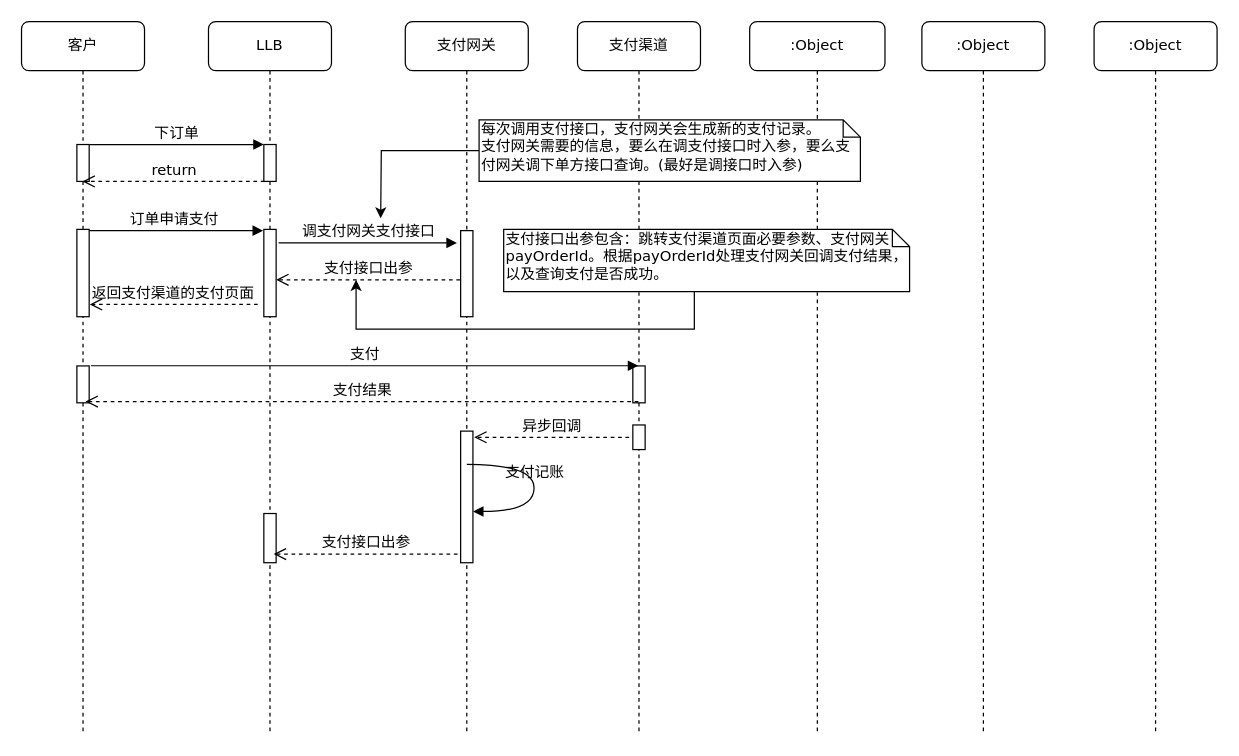
This is 支付流程.drawio from novicate/test, a draw.io file, before an edit. Source tidied: cells renumbered, new cells numbered last; positions are measured from the earlier drawing's top-left corner, leaving out a move shared by most shapes. Both pictures are drawn from the tidied source at 123%, with x=0, y=0 at pixel (21, 21).
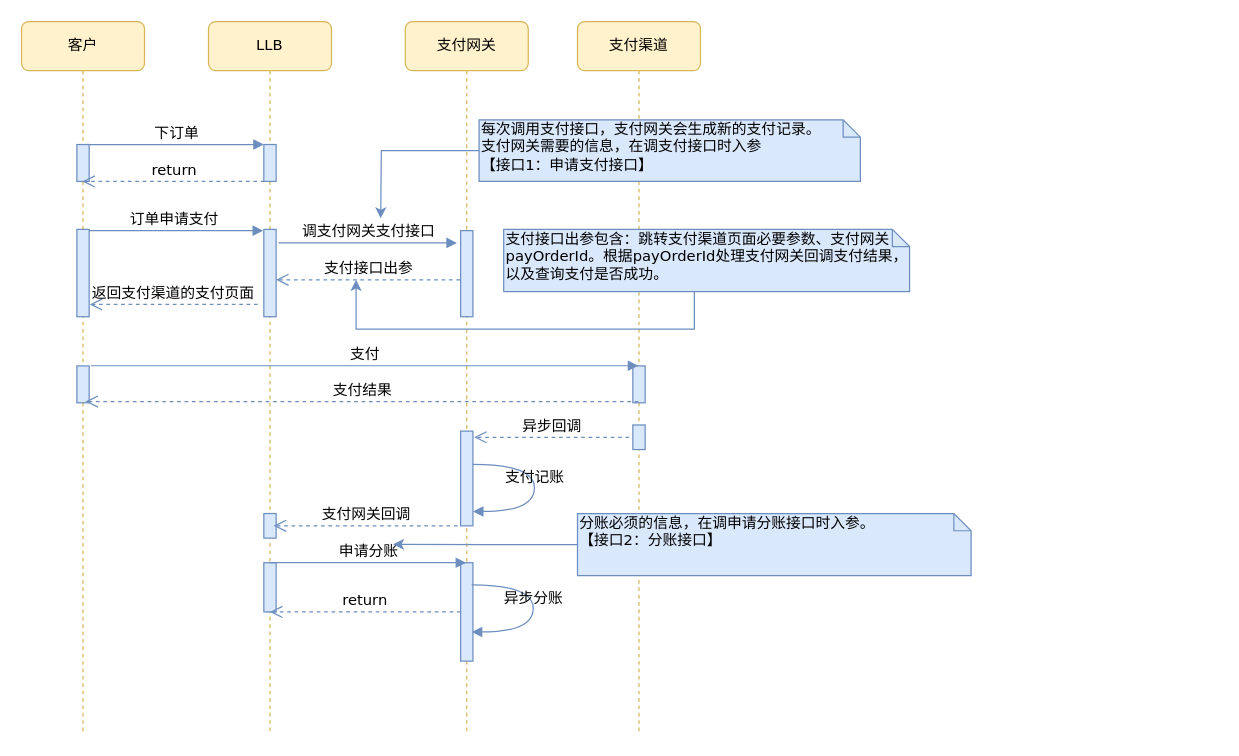
After the change.

Change to the diagram source:
```diff
@@
-    <mxCell id="2" value="订单申请支付" style="html=1;verticalAlign=bottom;endArrow=block;labelBackgroundColor=none;fontFamily=Verdana;fontSize=12;edgeStyle=elbowEdgeStyle;elbow=vertical;entryX=-0.06;entryY=0.008;entryDx=0;entryDy=0;entryPerimeter=0;" parent="1" edge="1" source="16" target="6">
+    <mxCell id="2" value="订单申请支付" style="html=1;verticalAlign=bottom;endArrow=block;labelBackgroundColor=none;fontFamily=Verdana;fontSize=12;edgeStyle=elbowEdgeStyle;elbow=vertical;entryX=-0.06;entryY=0.008;entryDx=0;entryDy=0;entryPerimeter=0;fillColor=#dae8fc;strokeColor=#6c8ebf;" parent="1" edge="1" source="16" target="6">
       <mxGeometry relative="1" as="geometry" />
     </mxCell>
-    <mxCell id="3" value="下订单" style="html=1;verticalAlign=bottom;endArrow=block;labelBackgroundColor=none;fontFamily=Verdana;fontSize=12;edgeStyle=elbowEdgeStyle;elbow=vertical;entryX=0;entryY=0;entryDx=0;entryDy=0;" parent="1" edge="1" source="17" target="5">
+    <mxCell id="3" value="下订单" style="html=1;verticalAlign=bottom;endArrow=block;labelBackgroundColor=none;fontFamily=Verdana;fontSize=12;edgeStyle=elbowEdgeStyle;elbow=vertical;entryX=0;entryY=0;entryDx=0;entryDy=0;fillColor=#dae8fc;strokeColor=#6c8ebf;" parent="1" edge="1" source="17" target="5">
       <mxGeometry relative="1" as="geometry" />
     </mxCell>
-    <mxCell id="4" value="LLB" style="shape=umlLifeline;perimeter=lifelinePerimeter;whiteSpace=wrap;html=1;rounded=1;shadow=0;comic=0;labelBackgroundColor=none;strokeWidth=1;fontFamily=Verdana;fontSize=12;align=center;" parent="1" vertex="1">
+    <mxCell id="4" value="LLB" style="shape=umlLifeline;perimeter=lifelinePerimeter;whiteSpace=wrap;html=1;rounded=1;shadow=0;comic=0;labelBackgroundColor=none;strokeWidth=1;fontFamily=Verdana;fontSize=12;align=center;fillColor=#fff2cc;strokeColor=#d6b656;" parent="1" vertex="1">
       <mxGeometry x="152" width="100" height="580" as="geometry" />
     </mxCell>
-    <mxCell id="5" style="html=1;points=[];perimeter=orthogonalPerimeter;rounded=0;shadow=0;comic=0;labelBackgroundColor=none;strokeWidth=1;fontFamily=Verdana;fontSize=12;align=center;" parent="4" vertex="1">
+    <mxCell id="5" style="html=1;points=[];perimeter=orthogonalPerimeter;rounded=0;shadow=0;comic=0;labelBackgroundColor=none;strokeWidth=1;fontFamily=Verdana;fontSize=12;align=center;fillColor=#dae8fc;strokeColor=#6c8ebf;" parent="4" vertex="1">
       <mxGeometry x="45" y="100" width="10" height="30" as="geometry" />
     </mxCell>
-    <mxCell id="6" style="html=1;points=[];perimeter=orthogonalPerimeter;rounded=0;shadow=0;comic=0;labelBackgroundColor=none;strokeWidth=1;fontFamily=Verdana;fontSize=12;align=center;" parent="4" vertex="1">
+    <mxCell id="6" style="html=1;points=[];perimeter=orthogonalPerimeter;rounded=0;shadow=0;comic=0;labelBackgroundColor=none;strokeWidth=1;fontFamily=Verdana;fontSize=12;align=center;fillColor=#dae8fc;strokeColor=#6c8ebf;" parent="4" vertex="1">
       <mxGeometry x="45" y="169" width="10" height="71" as="geometry" />
     </mxCell>
-    <mxCell id="7" style="html=1;perimeter=orthogonalPerimeter;rounded=0;shadow=0;comic=0;labelBackgroundColor=none;strokeWidth=1;fontFamily=Verdana;fontSize=12;align=center;" parent="4" vertex="1">
-      <mxGeometry x="45" y="400" width="10" height="40" as="geometry" />
+    <mxCell id="7" style="html=1;perimeter=orthogonalPerimeter;rounded=0;shadow=0;comic=0;labelBackgroundColor=none;strokeWidth=1;fontFamily=Verdana;fontSize=12;align=center;fillColor=#dae8fc;strokeColor=#6c8ebf;" parent="4" vertex="1">
+      <mxGeometry x="45" y="400" width="10" height="20" as="geometry" />
     </mxCell>
+    <mxCell id="34" style="html=1;points=[];perimeter=orthogonalPerimeter;rounded=0;shadow=0;comic=0;labelBackgroundColor=none;strokeWidth=1;fontFamily=Verdana;fontSize=12;align=center;fillColor=#dae8fc;strokeColor=#6c8ebf;" parent="4" vertex="1">
+      <mxGeometry x="45" y="440" width="10" height="40" as="geometry" />
+    </mxCell>
-    <mxCell id="8" value="支付网关" style="shape=umlLifeline;perimeter=lifelinePerimeter;whiteSpace=wrap;html=1;outlineConnect=0;rounded=1;shadow=0;comic=0;labelBackgroundColor=none;strokeWidth=1;fontFamily=Verdana;fontSize=12;align=center;" parent="1" vertex="1">
+    <mxCell id="8" value="支付网关" style="shape=umlLifeline;perimeter=lifelinePerimeter;whiteSpace=wrap;html=1;outlineConnect=0;rounded=1;shadow=0;comic=0;labelBackgroundColor=none;strokeWidth=1;fontFamily=Verdana;fontSize=12;align=center;fillColor=#fff2cc;strokeColor=#d6b656;" parent="1" vertex="1">
       <mxGeometry x="312" width="100" height="580" as="geometry" />
     </mxCell>
-    <mxCell id="9" style="html=1;perimeter=orthogonalPerimeter;rounded=0;shadow=0;comic=0;labelBackgroundColor=none;strokeWidth=1;fontFamily=Verdana;fontSize=12;align=center;" parent="8" vertex="1">
+    <mxCell id="9" style="html=1;perimeter=orthogonalPerimeter;rounded=0;shadow=0;comic=0;labelBackgroundColor=none;strokeWidth=1;fontFamily=Verdana;fontSize=12;align=center;fillColor=#dae8fc;strokeColor=#6c8ebf;" parent="8" vertex="1">
       <mxGeometry x="45" y="170" width="10" height="70" as="geometry" />
     </mxCell>
-    <mxCell id="10" style="html=1;perimeter=orthogonalPerimeter;rounded=0;shadow=0;comic=0;labelBackgroundColor=none;strokeWidth=1;fontFamily=Verdana;fontSize=12;align=center;" parent="8" vertex="1">
-      <mxGeometry x="45" y="333" width="10" height="107" as="geometry" />
+    <mxCell id="10" style="html=1;perimeter=orthogonalPerimeter;rounded=0;shadow=0;comic=0;labelBackgroundColor=none;strokeWidth=1;fontFamily=Verdana;fontSize=12;align=center;fillColor=#dae8fc;strokeColor=#6c8ebf;" parent="8" vertex="1">
+      <mxGeometry x="45" y="333" width="10" height="77" as="geometry" />
     </mxCell>
+    <mxCell id="35" style="html=1;points=[];perimeter=orthogonalPerimeter;rounded=0;shadow=0;comic=0;labelBackgroundColor=none;strokeWidth=1;fontFamily=Verdana;fontSize=12;align=center;fillColor=#dae8fc;strokeColor=#6c8ebf;" parent="8" vertex="1">
+      <mxGeometry x="45" y="440" width="10" height="80" as="geometry" />
+    </mxCell>
-    <mxCell id="11" value="支付渠道" style="shape=umlLifeline;perimeter=lifelinePerimeter;whiteSpace=wrap;html=1;outlineConnect=0;rounded=1;shadow=0;comic=0;labelBackgroundColor=none;strokeWidth=1;fontFamily=Verdana;fontSize=12;align=center;" parent="1" vertex="1">
+    <mxCell id="11" value="支付渠道" style="shape=umlLifeline;perimeter=lifelinePerimeter;whiteSpace=wrap;html=1;outlineConnect=0;rounded=1;shadow=0;comic=0;labelBackgroundColor=none;strokeWidth=1;fontFamily=Verdana;fontSize=12;align=center;fillColor=#fff2cc;strokeColor=#d6b656;" parent="1" vertex="1">
       <mxGeometry x="452" width="100" height="580" as="geometry" />
     </mxCell>
-    <mxCell id="12" style="html=1;perimeter=orthogonalPerimeter;rounded=0;shadow=0;comic=0;labelBackgroundColor=none;strokeWidth=1;fontFamily=Verdana;fontSize=12;align=center;" parent="11" vertex="1">
+    <mxCell id="12" style="html=1;perimeter=orthogonalPerimeter;rounded=0;shadow=0;comic=0;labelBackgroundColor=none;strokeWidth=1;fontFamily=Verdana;fontSize=12;align=center;fillColor=#dae8fc;strokeColor=#6c8ebf;" parent="11" vertex="1">
       <mxGeometry x="45" y="328" width="10" height="20" as="geometry" />
     </mxCell>
-    <mxCell id="13" value=":Object" style="shape=umlLifeline;perimeter=lifelinePerimeter;whiteSpace=wrap;html=1;rounded=1;shadow=0;comic=0;labelBackgroundColor=none;strokeWidth=1;fontFamily=Verdana;fontSize=12;align=center;" parent="1" vertex="1">
-      <mxGeometry x="592" width="110" height="580" as="geometry" />
-    </mxCell>
-    <mxCell id="14" value=":Object" style="shape=umlLifeline;perimeter=lifelinePerimeter;whiteSpace=wrap;html=1;rounded=1;shadow=0;comic=0;labelBackgroundColor=none;strokeWidth=1;fontFamily=Verdana;fontSize=12;align=center;" parent="1" vertex="1">
-      <mxGeometry x="732" width="100" height="580" as="geometry" />
-    </mxCell>
-    <mxCell id="15" value=":Object" style="shape=umlLifeline;perimeter=lifelinePerimeter;whiteSpace=wrap;html=1;rounded=1;shadow=0;comic=0;labelBackgroundColor=none;strokeWidth=1;fontFamily=Verdana;fontSize=12;align=center;" parent="1" vertex="1">
-      <mxGeometry x="872" width="100" height="580" as="geometry" />
-    </mxCell>
-    <mxCell id="16" value="客户" style="shape=umlLifeline;perimeter=lifelinePerimeter;whiteSpace=wrap;html=1;outlineConnect=0;rounded=1;shadow=0;comic=0;labelBackgroundColor=none;strokeWidth=1;fontFamily=Verdana;fontSize=12;align=center;" parent="1" vertex="1">
+    <mxCell id="16" value="客户" style="shape=umlLifeline;perimeter=lifelinePerimeter;whiteSpace=wrap;html=1;outlineConnect=0;rounded=1;shadow=0;comic=0;labelBackgroundColor=none;strokeWidth=1;fontFamily=Verdana;fontSize=12;align=center;fillColor=#fff2cc;strokeColor=#d6b656;" parent="1" vertex="1">
       <mxGeometry width="100" height="580" as="geometry" />
     </mxCell>
-    <mxCell id="17" style="html=1;points=[];perimeter=orthogonalPerimeter;rounded=0;shadow=0;comic=0;labelBackgroundColor=none;strokeWidth=1;fontFamily=Verdana;fontSize=12;align=center;" parent="16" vertex="1">
+    <mxCell id="17" style="html=1;points=[];perimeter=orthogonalPerimeter;rounded=0;shadow=0;comic=0;labelBackgroundColor=none;strokeWidth=1;fontFamily=Verdana;fontSize=12;align=center;fillColor=#dae8fc;strokeColor=#6c8ebf;" parent="16" vertex="1">
       <mxGeometry x="45" y="100" width="10" height="30" as="geometry" />
     </mxCell>
-    <mxCell id="18" style="html=1;perimeter=orthogonalPerimeter;rounded=0;shadow=0;comic=0;labelBackgroundColor=none;strokeWidth=1;fontFamily=Verdana;fontSize=12;align=center;" parent="16" vertex="1">
+    <mxCell id="18" style="html=1;perimeter=orthogonalPerimeter;rounded=0;shadow=0;comic=0;labelBackgroundColor=none;strokeWidth=1;fontFamily=Verdana;fontSize=12;align=center;fillColor=#dae8fc;strokeColor=#6c8ebf;" parent="16" vertex="1">
       <mxGeometry x="45" y="169" width="10" height="71" as="geometry" />
     </mxCell>
-    <mxCell id="19" style="html=1;points=[];perimeter=orthogonalPerimeter;rounded=0;shadow=0;comic=0;labelBackgroundColor=none;strokeColor=#000000;strokeWidth=1;fillColor=#FFFFFF;fontFamily=Verdana;fontSize=12;fontColor=#000000;align=center;" parent="16" vertex="1">
+    <mxCell id="19" style="html=1;points=[];perimeter=orthogonalPerimeter;rounded=0;shadow=0;comic=0;labelBackgroundColor=none;strokeColor=#6c8ebf;strokeWidth=1;fillColor=#dae8fc;fontFamily=Verdana;fontSize=12;align=center;" parent="16" vertex="1">
       <mxGeometry x="45" y="280" width="10" height="30" as="geometry" />
     </mxCell>
-    <mxCell id="20" style="html=1;perimeter=orthogonalPerimeter;rounded=0;shadow=0;comic=0;labelBackgroundColor=none;strokeWidth=1;fontFamily=Verdana;fontSize=12;align=center;" parent="1" vertex="1">
+    <mxCell id="20" style="html=1;perimeter=orthogonalPerimeter;rounded=0;shadow=0;comic=0;labelBackgroundColor=none;strokeWidth=1;fontFamily=Verdana;fontSize=12;align=center;fillColor=#dae8fc;strokeColor=#6c8ebf;" parent="1" vertex="1">
       <mxGeometry x="497" y="280" width="10" height="30" as="geometry" />
     </mxCell>
-    <mxCell id="21" value="调支付网关支付接口" style="html=1;verticalAlign=bottom;endArrow=block;labelBackgroundColor=none;fontFamily=Verdana;fontSize=12;edgeStyle=elbowEdgeStyle;elbow=vertical;" parent="1" edge="1">
+    <mxCell id="21" value="调支付网关支付接口" style="html=1;verticalAlign=bottom;endArrow=block;labelBackgroundColor=none;fontFamily=Verdana;fontSize=12;edgeStyle=elbowEdgeStyle;elbow=vertical;fillColor=#dae8fc;strokeColor=#6c8ebf;" parent="1" edge="1">
       <mxGeometry relative="1" as="geometry">
         <mxPoint x="209" y="180" as="sourcePoint" />
         <mxPoint x="354" y="180" as="targetPoint" />
         <Array as="points">
           <mxPoint x="214" y="180" />
         </Array>
       </mxGeometry>
     </mxCell>
-    <mxCell id="22" value="支付接口出参" style="html=1;verticalAlign=bottom;endArrow=open;dashed=1;endSize=8;labelBackgroundColor=none;fontFamily=Verdana;fontSize=12;edgeStyle=elbowEdgeStyle;elbow=vertical;" parent="1" edge="1">
+    <mxCell id="22" value="支付接口出参" style="html=1;verticalAlign=bottom;endArrow=open;dashed=1;endSize=8;labelBackgroundColor=none;fontFamily=Verdana;fontSize=12;edgeStyle=elbowEdgeStyle;elbow=vertical;fillColor=#dae8fc;strokeColor=#6c8ebf;" parent="1" edge="1">
       <mxGeometry relative="1" as="geometry">
         <mxPoint x="356.5" y="210" as="sourcePoint" />
         <mxPoint x="207" y="210" as="targetPoint" />
         <Array as="points">
           <mxPoint x="282" y="210" />
           <mxPoint x="312" y="210" />
         </Array>
       </mxGeometry>
     </mxCell>
-    <mxCell id="23" value="支付记账" style="html=1;verticalAlign=bottom;endArrow=block;labelBackgroundColor=none;fontFamily=Verdana;fontSize=12;elbow=vertical;edgeStyle=orthogonalEdgeStyle;curved=1;entryX=1;entryY=0.286;entryPerimeter=0;exitX=1.038;exitY=0.345;exitPerimeter=0;" parent="1" edge="1">
-      <mxGeometry relative="1" as="geometry">
-        <mxPoint x="362" y="360" as="sourcePoint" />
+    <mxCell id="23" value="支付记账" style="html=1;verticalAlign=bottom;endArrow=block;labelBackgroundColor=none;fontFamily=Verdana;fontSize=12;elbow=vertical;edgeStyle=orthogonalEdgeStyle;curved=1;entryX=1;entryY=0.286;entryPerimeter=0;fillColor=#dae8fc;strokeColor=#6c8ebf;" parent="1" edge="1">
+      <mxGeometry x="0.01" relative="1" as="geometry">
+        <mxPoint x="367" y="360" as="sourcePoint" />
         <mxPoint x="367" y="398.3" as="targetPoint" />
         <Array as="points">
-          <mxPoint x="416.7" y="360" />
-          <mxPoint x="416.7" y="398" />
+          <mxPoint x="417" y="360" />
+          <mxPoint x="417" y="398" />
         </Array>
       </mxGeometry>
     </mxCell>
-    <mxCell id="24" value="return" style="html=1;verticalAlign=bottom;endArrow=open;dashed=1;endSize=8;labelBackgroundColor=none;fontFamily=Verdana;fontSize=12;edgeStyle=elbowEdgeStyle;elbow=vertical;" parent="1" edge="1" target="16">
+    <mxCell id="24" value="return" style="html=1;verticalAlign=bottom;endArrow=open;dashed=1;endSize=8;labelBackgroundColor=none;fontFamily=Verdana;fontSize=12;edgeStyle=elbowEdgeStyle;elbow=vertical;fillColor=#dae8fc;strokeColor=#6c8ebf;" parent="1" edge="1" target="16">
       <mxGeometry relative="1" as="geometry">
         <mxPoint x="197.5" y="130" as="sourcePoint" />
       </mxGeometry>
     </mxCell>
-    <mxCell id="25" style="edgeStyle=orthogonalEdgeStyle;rounded=0;jettySize=auto;html=1;" parent="1" edge="1" source="26">
+    <mxCell id="25" style="edgeStyle=orthogonalEdgeStyle;rounded=0;jettySize=auto;html=1;fillColor=#dae8fc;strokeColor=#6c8ebf;" parent="1" edge="1" source="26">
       <mxGeometry relative="1" as="geometry">
         <mxPoint x="292" y="160" as="targetPoint" />
       </mxGeometry>
     </mxCell>
-    <mxCell id="26" value="每次调用支付接口，支付网关会生成新的支付记录。&lt;br&gt;支付网关需要的信息，要么在调支付接口时入参，要么支付网关调下单方接口查询。(最好是调接口时入参)" style="shape=note;whiteSpace=wrap;html=1;size=14;verticalAlign=top;align=left;spacingTop=-6;rounded=0;shadow=0;comic=0;labelBackgroundColor=none;strokeWidth=1;fontFamily=Verdana;fontSize=12;" parent="1" vertex="1">
+    <mxCell id="26" value="每次调用支付接口，支付网关会生成新的支付记录。&lt;br&gt;支付网关需要的信息，在调支付接口时入参&lt;br&gt;【接口1：申请支付接口】" style="shape=note;whiteSpace=wrap;html=1;size=14;verticalAlign=top;align=left;spacingTop=-6;rounded=0;shadow=0;comic=0;labelBackgroundColor=none;strokeWidth=1;fontFamily=Verdana;fontSize=12;fillColor=#dae8fc;strokeColor=#6c8ebf;" parent="1" vertex="1">
       <mxGeometry x="372" y="80" width="310" height="50" as="geometry" />
     </mxCell>
-    <mxCell id="27" value="返回支付渠道的支付页面" style="html=1;verticalAlign=bottom;endArrow=open;dashed=1;endSize=8;labelBackgroundColor=none;fontFamily=Verdana;fontSize=12;edgeStyle=elbowEdgeStyle;elbow=vertical;" parent="1" edge="1">
+    <mxCell id="27" value="返回支付渠道的支付页面" style="html=1;verticalAlign=bottom;endArrow=open;dashed=1;endSize=8;labelBackgroundColor=none;fontFamily=Verdana;fontSize=12;edgeStyle=elbowEdgeStyle;elbow=vertical;fillColor=#dae8fc;strokeColor=#6c8ebf;" parent="1" edge="1">
       <mxGeometry relative="1" as="geometry">
         <mxPoint x="192" y="230" as="sourcePoint" />
         <mxPoint x="55.5" y="229.5" as="targetPoint" />
       </mxGeometry>
     </mxCell>
-    <mxCell id="28" value="支付" style="html=1;verticalAlign=bottom;endArrow=block;labelBackgroundColor=none;fontFamily=Verdana;fontSize=12;exitX=1.14;exitY=-0.005;exitDx=0;exitDy=0;exitPerimeter=0;" parent="1" edge="1" source="19" target="11">
+    <mxCell id="28" value="支付" style="html=1;verticalAlign=bottom;endArrow=block;labelBackgroundColor=none;fontFamily=Verdana;fontSize=12;exitX=1.14;exitY=-0.005;exitDx=0;exitDy=0;exitPerimeter=0;fillColor=#dae8fc;strokeColor=#6c8ebf;" parent="1" edge="1" source="19" target="11">
       <mxGeometry relative="1" as="geometry" />
     </mxCell>
-    <mxCell id="29" value="支付结果" style="html=1;verticalAlign=bottom;endArrow=open;dashed=1;endSize=8;labelBackgroundColor=none;fontFamily=Verdana;fontSize=12;edgeStyle=elbowEdgeStyle;elbow=vertical;" parent="1" edge="1">
+    <mxCell id="29" value="支付结果" style="html=1;verticalAlign=bottom;endArrow=open;dashed=1;endSize=8;labelBackgroundColor=none;fontFamily=Verdana;fontSize=12;edgeStyle=elbowEdgeStyle;elbow=vertical;fillColor=#dae8fc;strokeColor=#6c8ebf;" parent="1" edge="1">
       <mxGeometry relative="1" as="geometry">
         <mxPoint x="501.5" y="309" as="sourcePoint" />
         <mxPoint x="52" y="309" as="targetPoint" />
         <Array as="points">
           <mxPoint x="422.5" y="309" />
           <mxPoint x="452.5" y="309" />
         </Array>
       </mxGeometry>
     </mxCell>
-    <mxCell id="30" value="异步回调" style="html=1;verticalAlign=bottom;endArrow=open;dashed=1;endSize=8;labelBackgroundColor=none;fontFamily=Verdana;fontSize=12;edgeStyle=elbowEdgeStyle;elbow=vertical;entryX=0.5;entryY=0.071;entryDx=0;entryDy=0;entryPerimeter=0;" parent="1" edge="1">
+    <mxCell id="30" value="异步回调" style="html=1;verticalAlign=bottom;endArrow=open;dashed=1;endSize=8;labelBackgroundColor=none;fontFamily=Verdana;fontSize=12;edgeStyle=elbowEdgeStyle;elbow=vertical;entryX=0.5;entryY=0.071;entryDx=0;entryDy=0;entryPerimeter=0;fillColor=#dae8fc;strokeColor=#6c8ebf;" parent="1" edge="1">
       <mxGeometry relative="1" as="geometry">
         <mxPoint x="494" y="338" as="sourcePoint" />
         <mxPoint x="368" y="338" as="targetPoint" />
         <Array as="points">
           <mxPoint x="428.5" y="338" />
           <mxPoint x="458.5" y="338" />
         </Array>
       </mxGeometry>
     </mxCell>
-    <mxCell id="31" style="edgeStyle=orthogonalEdgeStyle;rounded=0;jettySize=auto;html=1;" parent="1" edge="1" source="32">
+    <mxCell id="31" style="edgeStyle=orthogonalEdgeStyle;rounded=0;jettySize=auto;html=1;fillColor=#dae8fc;strokeColor=#6c8ebf;" parent="1" edge="1" source="32">
       <mxGeometry relative="1" as="geometry">
         <mxPoint x="272" y="210" as="targetPoint" />
         <Array as="points">
           <mxPoint x="547" y="250" />
           <mxPoint x="272" y="250" />
         </Array>
       </mxGeometry>
     </mxCell>
-    <mxCell id="32" value="支付接口出参包含：跳转支付渠道页面必要参数、支付网关payOrderId。根据payOrderId处理支付网关回调支付结果，以及查询支付是否成功。" style="shape=note;whiteSpace=wrap;html=1;size=14;verticalAlign=top;align=left;spacingTop=-6;rounded=0;shadow=0;comic=0;labelBackgroundColor=none;strokeWidth=1;fontFamily=Verdana;fontSize=12;" parent="1" vertex="1">
+    <mxCell id="32" value="支付接口出参包含：跳转支付渠道页面必要参数、支付网关payOrderId。根据payOrderId处理支付网关回调支付结果，以及查询支付是否成功。" style="shape=note;whiteSpace=wrap;html=1;size=14;verticalAlign=top;align=left;spacingTop=-6;rounded=0;shadow=0;comic=0;labelBackgroundColor=none;strokeWidth=1;fontFamily=Verdana;fontSize=12;fillColor=#dae8fc;strokeColor=#6c8ebf;" parent="1" vertex="1">
       <mxGeometry x="392" y="169" width="330" height="50.5" as="geometry" />
     </mxCell>
-    <mxCell id="33" value="支付接口出参" style="html=1;verticalAlign=bottom;endArrow=open;dashed=1;endSize=8;labelBackgroundColor=none;fontFamily=Verdana;fontSize=12;edgeStyle=elbowEdgeStyle;elbow=vertical;" parent="1" edge="1">
+    <mxCell id="33" value="支付网关回调" style="html=1;verticalAlign=bottom;endArrow=open;dashed=1;endSize=8;labelBackgroundColor=none;fontFamily=Verdana;fontSize=12;edgeStyle=elbowEdgeStyle;elbow=vertical;fillColor=#dae8fc;strokeColor=#6c8ebf;" parent="1" edge="1">
       <mxGeometry relative="1" as="geometry">
-        <mxPoint x="354.5" y="433" as="sourcePoint" />
-        <mxPoint x="205" y="433" as="targetPoint" />
+        <mxPoint x="354.5" y="410" as="sourcePoint" />
+        <mxPoint x="205" y="410" as="targetPoint" />
         <Array as="points">
-          <mxPoint x="280" y="433" />
-          <mxPoint x="310" y="433" />
+          <mxPoint x="280" y="410" />
+          <mxPoint x="310" y="410" />
         </Array>
       </mxGeometry>
     </mxCell>
+    <mxCell id="36" value="申请分账" style="html=1;verticalAlign=bottom;endArrow=block;labelBackgroundColor=none;fontFamily=Verdana;fontSize=12;edgeStyle=elbowEdgeStyle;elbow=vertical;fillColor=#dae8fc;strokeColor=#6c8ebf;" parent="1" edge="1" target="8">
+      <mxGeometry relative="1" as="geometry">
+        <mxPoint x="202" y="440" as="sourcePoint" />
+      </mxGeometry>
+    </mxCell>
+    <mxCell id="37" value="异步分账" style="html=1;verticalAlign=bottom;endArrow=block;labelBackgroundColor=none;fontFamily=Verdana;fontSize=12;elbow=vertical;edgeStyle=orthogonalEdgeStyle;curved=1;entryX=1;entryY=0.286;entryPerimeter=0;fillColor=#dae8fc;strokeColor=#6c8ebf;" parent="1" edge="1">
+      <mxGeometry x="0.01" relative="1" as="geometry">
+        <mxPoint x="366" y="458" as="sourcePoint" />
+        <mxPoint x="366" y="496.3" as="targetPoint" />
+        <Array as="points">
+          <mxPoint x="416" y="458" />
+          <mxPoint x="416" y="496" />
+        </Array>
+      </mxGeometry>
+    </mxCell>
+    <mxCell id="38" style="edgeStyle=orthogonalEdgeStyle;rounded=0;jettySize=auto;html=1;fillColor=#dae8fc;strokeColor=#6c8ebf;" parent="1" edge="1" source="39">
+      <mxGeometry relative="1" as="geometry">
+        <mxPoint x="302" y="425" as="targetPoint" />
+      </mxGeometry>
+    </mxCell>
+    <mxCell id="39" value="分账必须的信息，在调申请分账接口时入参。&lt;br&gt;【接口2：分账接口】" style="shape=note;whiteSpace=wrap;html=1;size=14;verticalAlign=top;align=left;spacingTop=-6;rounded=0;shadow=0;comic=0;labelBackgroundColor=none;strokeWidth=1;fontFamily=Verdana;fontSize=12;fillColor=#dae8fc;strokeColor=#6c8ebf;" parent="1" vertex="1">
+      <mxGeometry x="452" y="400" width="320" height="50.5" as="geometry" />
+    </mxCell>
+    <mxCell id="40" value="return" style="html=1;verticalAlign=bottom;endArrow=open;dashed=1;endSize=8;labelBackgroundColor=none;fontFamily=Verdana;fontSize=12;edgeStyle=elbowEdgeStyle;elbow=vertical;entryX=0.5;entryY=1;entryDx=0;entryDy=0;entryPerimeter=0;fillColor=#dae8fc;strokeColor=#6c8ebf;" parent="1" edge="1" source="35" target="34">
+      <mxGeometry relative="1" as="geometry">
+        <Array as="points">
+          <mxPoint x="362" y="480" />
+        </Array>
+      </mxGeometry>
+    </mxCell>
```
